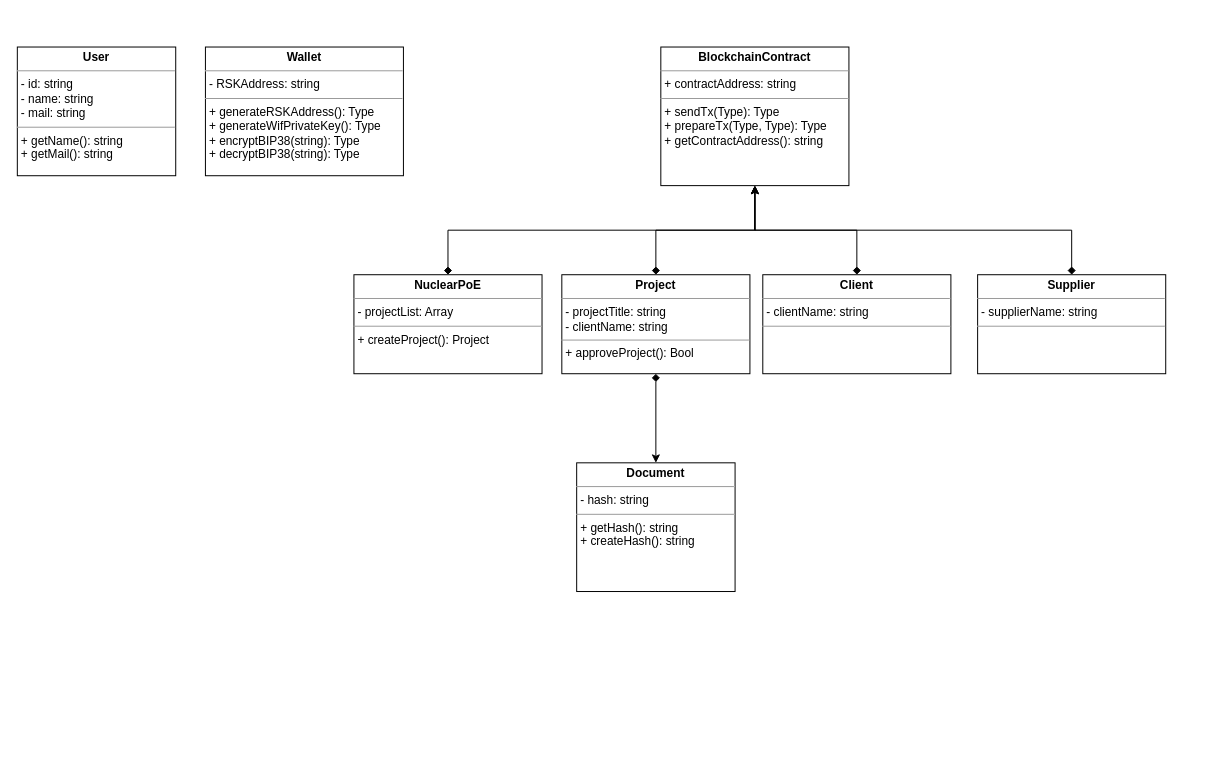
Earlier version of the draw.io diagram page "Class Diagram" (1 of 3) of diagrams/UML Class Diagram.drawio (nuclearis-labs/nuclearistrack). Source tidied: cells renumbered, new cells numbered last; positions are measured from the earlier drawing's top-left corner, leaving out a move shared by most shapes. Both pictures are drawn from the tidied source at 99%, with x=0, y=0 at pixel (17, 47).
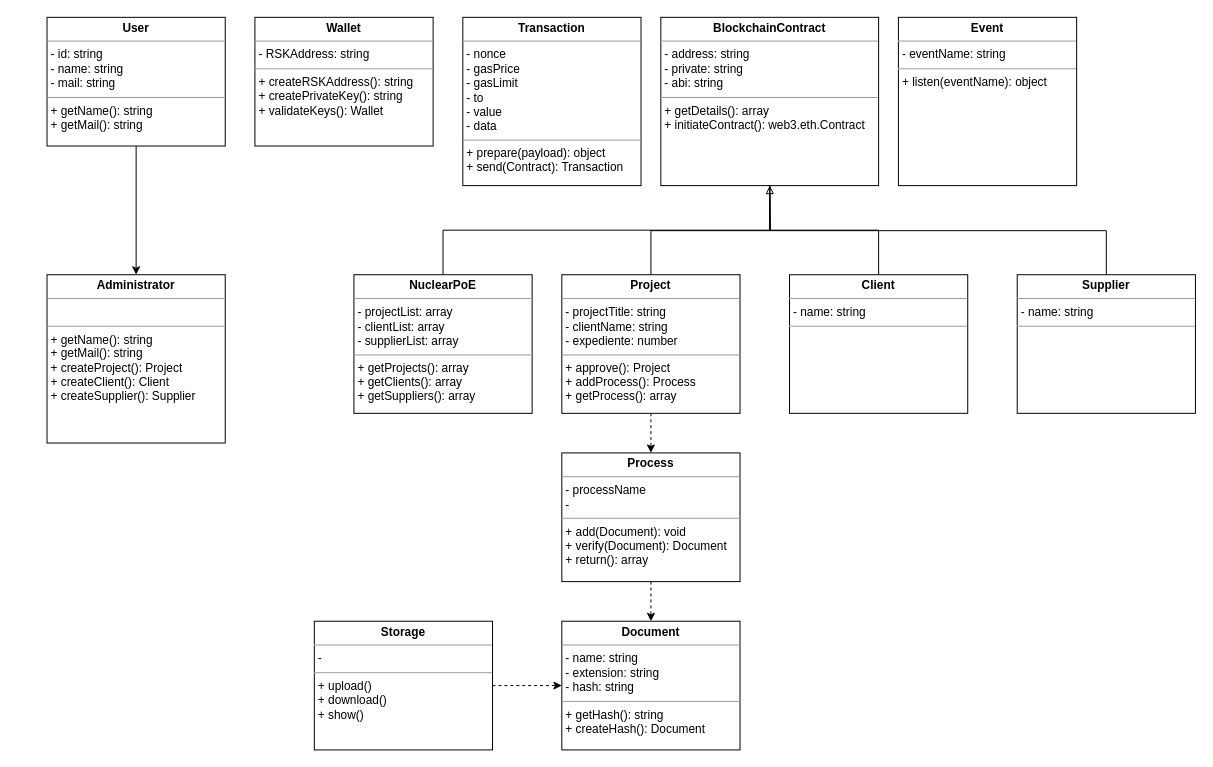
Above is the later version.

Diff of the diagram source:
```diff
@@
-    <mxCell id="2" style="edgeStyle=orthogonalEdgeStyle;rounded=0;jettySize=auto;html=1;exitX=0.5;exitY=0;exitDx=0;exitDy=0;entryX=0.5;entryY=1;entryDx=0;entryDy=0;startArrow=diamond;startFill=1;" parent="1" edge="1" source="3" target="4">
+    <mxCell id="2" style="edgeStyle=orthogonalEdgeStyle;rounded=0;jettySize=auto;html=1;exitX=0.5;exitY=0;exitDx=0;exitDy=0;entryX=0.5;entryY=1;entryDx=0;entryDy=0;endArrow=none;endFill=0;" parent="1" edge="1" source="3" target="4">
       <mxGeometry relative="1" as="geometry" />
     </mxCell>
-    <mxCell id="3" value="&lt;p style=&quot;margin: 0px ; margin-top: 4px ; text-align: center&quot;&gt;&lt;b&gt;NuclearPoE&lt;/b&gt;&lt;/p&gt;&lt;hr size=&quot;1&quot;&gt;&lt;p style=&quot;margin: 0px ; margin-left: 4px&quot;&gt;- projectList: Array&lt;/p&gt;&lt;hr size=&quot;1&quot;&gt;&lt;p style=&quot;margin: 0px ; margin-left: 4px&quot;&gt;+ createProject(): Project&lt;/p&gt;" style="verticalAlign=top;align=left;overflow=fill;fontSize=12;fontFamily=Helvetica;html=1;" parent="1" vertex="1">
-      <mxGeometry x="340" y="230" width="190" height="100" as="geometry" />
+    <mxCell id="3" value="&lt;p style=&quot;margin: 0px ; margin-top: 4px ; text-align: center&quot;&gt;&lt;b&gt;NuclearPoE&lt;/b&gt;&lt;/p&gt;&lt;hr size=&quot;1&quot;&gt;&lt;p style=&quot;margin: 0px ; margin-left: 4px&quot;&gt;- projectList: array&lt;/p&gt;&lt;p style=&quot;margin: 0px ; margin-left: 4px&quot;&gt;- clientList: array&lt;/p&gt;&lt;p style=&quot;margin: 0px ; margin-left: 4px&quot;&gt;&lt;span&gt;- supplierList: array&lt;/span&gt;&lt;/p&gt;&lt;hr size=&quot;1&quot;&gt;&lt;p style=&quot;margin: 0px ; margin-left: 4px&quot;&gt;+ getProjects(): array&lt;/p&gt;&lt;p style=&quot;margin: 0px ; margin-left: 4px&quot;&gt;+ getClients(): array&lt;/p&gt;&lt;p style=&quot;margin: 0px ; margin-left: 4px&quot;&gt;+ getSuppliers(): array&lt;/p&gt;" style="verticalAlign=top;align=left;overflow=fill;fontSize=12;fontFamily=Helvetica;html=1;" parent="1" vertex="1">
+      <mxGeometry x="340" y="230" width="180" height="140" as="geometry" />
     </mxCell>
-    <mxCell id="4" value="&lt;p style=&quot;margin: 0px ; margin-top: 4px ; text-align: center&quot;&gt;&lt;b&gt;BlockchainContract&lt;/b&gt;&lt;/p&gt;&lt;hr size=&quot;1&quot;&gt;&lt;p style=&quot;margin: 0px ; margin-left: 4px&quot;&gt;+ contractAddress: string&lt;br&gt;&lt;/p&gt;&lt;hr size=&quot;1&quot;&gt;&lt;p style=&quot;margin: 0px ; margin-left: 4px&quot;&gt;+ sendTx(Type): Type&lt;br&gt;+ prepareTx(Type, Type): Type&lt;/p&gt;&lt;p style=&quot;margin: 0px ; margin-left: 4px&quot;&gt;+ getContractAddress(): string&lt;/p&gt;" style="verticalAlign=top;align=left;overflow=fill;fontSize=12;fontFamily=Helvetica;html=1;" parent="1" vertex="1">
-      <mxGeometry x="650" width="190" height="140" as="geometry" />
+    <mxCell id="4" value="&lt;p style=&quot;margin: 0px ; margin-top: 4px ; text-align: center&quot;&gt;&lt;b&gt;BlockchainContract&lt;/b&gt;&lt;/p&gt;&lt;hr size=&quot;1&quot;&gt;&lt;p style=&quot;margin: 0px ; margin-left: 4px&quot;&gt;- address: string&lt;/p&gt;&lt;p style=&quot;margin: 0px ; margin-left: 4px&quot;&gt;- private: string&lt;/p&gt;&lt;p style=&quot;margin: 0px ; margin-left: 4px&quot;&gt;- abi: string&lt;/p&gt;&lt;hr size=&quot;1&quot;&gt;&lt;p style=&quot;margin: 0px ; margin-left: 4px&quot;&gt;+ getDetails(): array&lt;/p&gt;&lt;p style=&quot;margin: 0px 0px 0px 4px&quot;&gt;+ initiateContract(): web3.eth.Contract&lt;/p&gt;" style="verticalAlign=top;align=left;overflow=fill;fontSize=12;fontFamily=Helvetica;html=1;" parent="1" vertex="1">
+      <mxGeometry x="650" y="-30" width="220" height="170" as="geometry" />
     </mxCell>
-    <mxCell id="5" value="&lt;p style=&quot;margin: 0px ; margin-top: 4px ; text-align: center&quot;&gt;&lt;b&gt;Document&lt;/b&gt;&lt;/p&gt;&lt;hr size=&quot;1&quot;&gt;&lt;p style=&quot;margin: 0px ; margin-left: 4px&quot;&gt;- hash: string&lt;/p&gt;&lt;hr size=&quot;1&quot;&gt;&lt;p style=&quot;margin: 0px ; margin-left: 4px&quot;&gt;+ getHash(): string&lt;/p&gt;&lt;p style=&quot;margin: 0px ; margin-left: 4px&quot;&gt;+ createHash(): string&lt;/p&gt;" style="verticalAlign=top;align=left;overflow=fill;fontSize=12;fontFamily=Helvetica;html=1;" parent="1" vertex="1">
-      <mxGeometry x="565" y="420" width="160" height="130" as="geometry" />
+    <mxCell id="5" value="&lt;p style=&quot;margin: 0px ; margin-top: 4px ; text-align: center&quot;&gt;&lt;b&gt;Document&lt;/b&gt;&lt;/p&gt;&lt;hr size=&quot;1&quot;&gt;&lt;p style=&quot;margin: 0px ; margin-left: 4px&quot;&gt;- name: string&lt;/p&gt;&lt;p style=&quot;margin: 0px ; margin-left: 4px&quot;&gt;- extension: string&lt;/p&gt;&lt;p style=&quot;margin: 0px ; margin-left: 4px&quot;&gt;- hash: string&lt;/p&gt;&lt;hr size=&quot;1&quot;&gt;&lt;p style=&quot;margin: 0px ; margin-left: 4px&quot;&gt;+ getHash(): string&lt;/p&gt;&lt;p style=&quot;margin: 0px ; margin-left: 4px&quot;&gt;+ createHash(): Document&lt;/p&gt;" style="verticalAlign=top;align=left;overflow=fill;fontSize=12;fontFamily=Helvetica;html=1;" parent="1" vertex="1">
+      <mxGeometry x="550" y="580" width="180" height="130" as="geometry" />
     </mxCell>
-    <mxCell id="6" style="edgeStyle=orthogonalEdgeStyle;rounded=0;jettySize=auto;html=1;exitX=0.5;exitY=0;exitDx=0;exitDy=0;entryX=0.5;entryY=1;entryDx=0;entryDy=0;startArrow=diamond;startFill=1;" parent="1" edge="1" source="8" target="4">
-      <mxGeometry relative="1" as="geometry" />
-    </mxCell>
-    <mxCell id="7" style="edgeStyle=orthogonalEdgeStyle;rounded=0;jettySize=auto;html=1;exitX=0.5;exitY=1;exitDx=0;exitDy=0;entryX=0.5;entryY=0;entryDx=0;entryDy=0;startArrow=diamond;startFill=1;" parent="1" edge="1" source="8" target="5">
-      <mxGeometry relative="1" as="geometry" />
-    </mxCell>
+    <mxCell id="15" style="edgeStyle=orthogonalEdgeStyle;rounded=0;jettySize=auto;html=1;exitX=0.5;exitY=1;exitDx=0;exitDy=0;entryX=0.5;entryY=0;entryDx=0;entryDy=0;startArrow=none;startFill=0;dashed=1;" parent="1" edge="1" source="8" target="20">
+      <mxGeometry relative="1" as="geometry" />
+    </mxCell>
+    <mxCell id="16" style="edgeStyle=orthogonalEdgeStyle;rounded=0;jettySize=auto;html=1;exitX=0.5;exitY=0;exitDx=0;exitDy=0;endArrow=none;endFill=0;" parent="1" edge="1" source="8">
+      <mxGeometry relative="1" as="geometry">
+        <mxPoint x="760" y="140" as="targetPoint" />
+      </mxGeometry>
+    </mxCell>
-    <mxCell id="8" value="&lt;p style=&quot;margin: 0px ; margin-top: 4px ; text-align: center&quot;&gt;&lt;b&gt;Project&lt;/b&gt;&lt;/p&gt;&lt;hr size=&quot;1&quot;&gt;&lt;p style=&quot;margin: 0px ; margin-left: 4px&quot;&gt;- projectTitle: string&lt;/p&gt;&lt;p style=&quot;margin: 0px ; margin-left: 4px&quot;&gt;- clientName: string&lt;/p&gt;&lt;hr size=&quot;1&quot;&gt;&lt;p style=&quot;margin: 0px ; margin-left: 4px&quot;&gt;+ approveProject(): Bool&lt;/p&gt;" style="verticalAlign=top;align=left;overflow=fill;fontSize=12;fontFamily=Helvetica;html=1;" parent="1" vertex="1">
-      <mxGeometry x="550" y="230" width="190" height="100" as="geometry" />
+    <mxCell id="8" value="&lt;p style=&quot;margin: 0px ; margin-top: 4px ; text-align: center&quot;&gt;&lt;b&gt;Project&lt;/b&gt;&lt;/p&gt;&lt;hr size=&quot;1&quot;&gt;&lt;p style=&quot;margin: 0px ; margin-left: 4px&quot;&gt;- projectTitle: string&lt;/p&gt;&lt;p style=&quot;margin: 0px ; margin-left: 4px&quot;&gt;- clientName: string&lt;/p&gt;&lt;p style=&quot;margin: 0px ; margin-left: 4px&quot;&gt;- expediente: number&lt;/p&gt;&lt;hr size=&quot;1&quot;&gt;&lt;p style=&quot;margin: 0px ; margin-left: 4px&quot;&gt;+ approve(): Project&lt;/p&gt;&lt;p style=&quot;margin: 0px ; margin-left: 4px&quot;&gt;+ addProcess(): Process&lt;/p&gt;&lt;p style=&quot;margin: 0px ; margin-left: 4px&quot;&gt;+ getProcess(): array&lt;/p&gt;" style="verticalAlign=top;align=left;overflow=fill;fontSize=12;fontFamily=Helvetica;html=1;" parent="1" vertex="1">
+      <mxGeometry x="550" y="230" width="180" height="140" as="geometry" />
     </mxCell>
-    <mxCell id="9" style="edgeStyle=orthogonalEdgeStyle;rounded=0;jettySize=auto;html=1;exitX=0.5;exitY=0;exitDx=0;exitDy=0;entryX=0.5;entryY=1;entryDx=0;entryDy=0;startArrow=diamond;startFill=1;" parent="1" edge="1" source="10" target="4">
+    <mxCell id="9" style="edgeStyle=orthogonalEdgeStyle;rounded=0;jettySize=auto;html=1;exitX=0.5;exitY=0;exitDx=0;exitDy=0;entryX=0.5;entryY=1;entryDx=0;entryDy=0;endArrow=none;endFill=0;" parent="1" edge="1" source="10" target="4">
       <mxGeometry relative="1" as="geometry" />
     </mxCell>
-    <mxCell id="10" value="&lt;p style=&quot;margin: 0px ; margin-top: 4px ; text-align: center&quot;&gt;&lt;b&gt;Client&lt;/b&gt;&lt;/p&gt;&lt;hr size=&quot;1&quot;&gt;&lt;p style=&quot;margin: 0px ; margin-left: 4px&quot;&gt;- clientName: string&lt;/p&gt;&lt;hr size=&quot;1&quot;&gt;&lt;p style=&quot;margin: 0px ; margin-left: 4px&quot;&gt;&lt;br&gt;&lt;/p&gt;" style="verticalAlign=top;align=left;overflow=fill;fontSize=12;fontFamily=Helvetica;html=1;" parent="1" vertex="1">
-      <mxGeometry x="753" y="230" width="190" height="100" as="geometry" />
+    <mxCell id="10" value="&lt;p style=&quot;margin: 0px ; margin-top: 4px ; text-align: center&quot;&gt;&lt;b&gt;Client&lt;/b&gt;&lt;/p&gt;&lt;hr size=&quot;1&quot;&gt;&lt;p style=&quot;margin: 0px ; margin-left: 4px&quot;&gt;- name: string&lt;/p&gt;&lt;hr size=&quot;1&quot;&gt;&lt;p style=&quot;margin: 0px ; margin-left: 4px&quot;&gt;&lt;br&gt;&lt;/p&gt;" style="verticalAlign=top;align=left;overflow=fill;fontSize=12;fontFamily=Helvetica;html=1;" parent="1" vertex="1">
+      <mxGeometry x="780" y="230" width="180" height="140" as="geometry" />
     </mxCell>
-    <mxCell id="11" style="edgeStyle=orthogonalEdgeStyle;rounded=0;jettySize=auto;html=1;exitX=0.5;exitY=0;exitDx=0;exitDy=0;entryX=0.5;entryY=1;entryDx=0;entryDy=0;startArrow=diamond;startFill=1;" parent="1" edge="1" source="12" target="4">
-      <mxGeometry relative="1" as="geometry" />
-    </mxCell>
+    <mxCell id="17" style="edgeStyle=orthogonalEdgeStyle;rounded=0;jettySize=auto;html=1;exitX=0.5;exitY=0;exitDx=0;exitDy=0;endArrow=block;endFill=0;" parent="1" edge="1" source="12">
+      <mxGeometry relative="1" as="geometry">
+        <mxPoint x="760" y="140" as="targetPoint" />
+      </mxGeometry>
+    </mxCell>
-    <mxCell id="12" value="&lt;p style=&quot;margin: 0px ; margin-top: 4px ; text-align: center&quot;&gt;&lt;b&gt;Supplier&lt;/b&gt;&lt;/p&gt;&lt;hr size=&quot;1&quot;&gt;&lt;p style=&quot;margin: 0px ; margin-left: 4px&quot;&gt;- supplierName: string&lt;/p&gt;&lt;hr size=&quot;1&quot;&gt;&lt;p style=&quot;margin: 0px ; margin-left: 4px&quot;&gt;&lt;br&gt;&lt;/p&gt;" style="verticalAlign=top;align=left;overflow=fill;fontSize=12;fontFamily=Helvetica;html=1;" parent="1" vertex="1">
-      <mxGeometry x="970" y="230" width="190" height="100" as="geometry" />
+    <mxCell id="12" value="&lt;p style=&quot;margin: 0px ; margin-top: 4px ; text-align: center&quot;&gt;&lt;b&gt;Supplier&lt;/b&gt;&lt;/p&gt;&lt;hr size=&quot;1&quot;&gt;&lt;p style=&quot;margin: 0px ; margin-left: 4px&quot;&gt;- name: string&lt;/p&gt;&lt;hr size=&quot;1&quot;&gt;&lt;p style=&quot;margin: 0px ; margin-left: 4px&quot;&gt;&lt;br&gt;&lt;/p&gt;" style="verticalAlign=top;align=left;overflow=fill;fontSize=12;fontFamily=Helvetica;html=1;" parent="1" vertex="1">
+      <mxGeometry x="1010" y="230" width="180" height="140" as="geometry" />
     </mxCell>
-    <mxCell id="13" value="&lt;p style=&quot;margin: 0px ; margin-top: 4px ; text-align: center&quot;&gt;&lt;b&gt;Wallet&lt;/b&gt;&lt;/p&gt;&lt;hr size=&quot;1&quot;&gt;&lt;p style=&quot;margin: 0px ; margin-left: 4px&quot;&gt;- RSKAddress: string&lt;/p&gt;&lt;hr size=&quot;1&quot;&gt;&lt;p style=&quot;margin: 0px ; margin-left: 4px&quot;&gt;+ generateRSKAddress(): Type&lt;/p&gt;&lt;p style=&quot;margin: 0px ; margin-left: 4px&quot;&gt;+ generateWifPrivateKey(): Type&lt;/p&gt;&lt;p style=&quot;margin: 0px ; margin-left: 4px&quot;&gt;+ encryptBIP38(string): Type&lt;/p&gt;&lt;p style=&quot;margin: 0px ; margin-left: 4px&quot;&gt;+ decryptBIP38(string): Type&lt;/p&gt;" style="verticalAlign=top;align=left;overflow=fill;fontSize=12;fontFamily=Helvetica;html=1;" parent="1" vertex="1">
-      <mxGeometry x="190" width="200" height="130" as="geometry" />
+    <mxCell id="13" value="&lt;p style=&quot;margin: 0px ; margin-top: 4px ; text-align: center&quot;&gt;&lt;b&gt;Wallet&lt;/b&gt;&lt;/p&gt;&lt;hr size=&quot;1&quot;&gt;&lt;p style=&quot;margin: 0px ; margin-left: 4px&quot;&gt;- RSKAddress: string&lt;/p&gt;&lt;hr size=&quot;1&quot;&gt;&lt;p style=&quot;margin: 0px ; margin-left: 4px&quot;&gt;+ createRSKAddress(): string&lt;/p&gt;&lt;p style=&quot;margin: 0px ; margin-left: 4px&quot;&gt;+ createPrivateKey(): string&lt;/p&gt;&lt;p style=&quot;margin: 0px ; margin-left: 4px&quot;&gt;+ validateKeys(): Wallet&lt;br&gt;&lt;/p&gt;" style="verticalAlign=top;align=left;overflow=fill;fontSize=12;fontFamily=Helvetica;html=1;" parent="1" vertex="1">
+      <mxGeometry x="240" y="-30" width="180" height="130" as="geometry" />
     </mxCell>
+    <mxCell id="18" style="edgeStyle=orthogonalEdgeStyle;rounded=0;jettySize=auto;html=1;exitX=0.5;exitY=1;exitDx=0;exitDy=0;entryX=0.5;entryY=0;entryDx=0;entryDy=0;" parent="1" edge="1" source="14" target="21">
+      <mxGeometry relative="1" as="geometry" />
+    </mxCell>
     <mxCell id="14" value="&lt;p style=&quot;margin: 0px ; margin-top: 4px ; text-align: center&quot;&gt;&lt;b&gt;User&lt;/b&gt;&lt;/p&gt;&lt;hr size=&quot;1&quot;&gt;&lt;p style=&quot;margin: 0px ; margin-left: 4px&quot;&gt;- id: string&lt;br&gt;&lt;/p&gt;&lt;p style=&quot;margin: 0px ; margin-left: 4px&quot;&gt;- name: string&lt;/p&gt;&lt;p style=&quot;margin: 0px ; margin-left: 4px&quot;&gt;- mail: string&lt;/p&gt;&lt;hr size=&quot;1&quot;&gt;&lt;p style=&quot;margin: 0px ; margin-left: 4px&quot;&gt;+ getName(): string&lt;/p&gt;&lt;p style=&quot;margin: 0px ; margin-left: 4px&quot;&gt;+ getMail(): string&lt;/p&gt;" style="verticalAlign=top;align=left;overflow=fill;fontSize=12;fontFamily=Helvetica;html=1;" parent="1" vertex="1">
-      <mxGeometry width="160" height="130" as="geometry" />
+      <mxGeometry x="30" y="-30" width="180" height="130" as="geometry" />
     </mxCell>
+    <mxCell id="19" style="edgeStyle=orthogonalEdgeStyle;rounded=0;jettySize=auto;html=1;exitX=0.5;exitY=1;exitDx=0;exitDy=0;entryX=0.5;entryY=0;entryDx=0;entryDy=0;startArrow=none;startFill=0;dashed=1;" parent="1" edge="1" source="20" target="5">
+      <mxGeometry relative="1" as="geometry" />
+    </mxCell>
+    <mxCell id="20" value="&lt;p style=&quot;margin: 0px ; margin-top: 4px ; text-align: center&quot;&gt;&lt;b&gt;Process&lt;/b&gt;&lt;/p&gt;&lt;hr size=&quot;1&quot;&gt;&lt;p style=&quot;margin: 0px ; margin-left: 4px&quot;&gt;&lt;span&gt;- processName&lt;/span&gt;&lt;br&gt;&lt;/p&gt;&lt;p style=&quot;margin: 0px ; margin-left: 4px&quot;&gt;-&amp;nbsp;&lt;/p&gt;&lt;hr size=&quot;1&quot;&gt;&lt;p style=&quot;margin: 0px ; margin-left: 4px&quot;&gt;+ add(Document): void&lt;/p&gt;&lt;p style=&quot;margin: 0px ; margin-left: 4px&quot;&gt;+ verify(Document): Document&lt;/p&gt;&lt;p style=&quot;margin: 0px ; margin-left: 4px&quot;&gt;+ return(): array&lt;/p&gt;" style="verticalAlign=top;align=left;overflow=fill;fontSize=12;fontFamily=Helvetica;html=1;" parent="1" vertex="1">
+      <mxGeometry x="550" y="410" width="180" height="130" as="geometry" />
+    </mxCell>
+    <mxCell id="21" value="&lt;p style=&quot;margin: 0px ; margin-top: 4px ; text-align: center&quot;&gt;&lt;b&gt;Administrator&lt;/b&gt;&lt;/p&gt;&lt;hr size=&quot;1&quot;&gt;&lt;p style=&quot;margin: 0px ; margin-left: 4px&quot;&gt;&lt;br&gt;&lt;/p&gt;&lt;hr size=&quot;1&quot;&gt;&lt;p style=&quot;margin: 0px ; margin-left: 4px&quot;&gt;+ getName(): string&lt;/p&gt;&lt;p style=&quot;margin: 0px ; margin-left: 4px&quot;&gt;+ getMail(): string&lt;/p&gt;&lt;p style=&quot;margin: 0px 0px 0px 4px&quot;&gt;+ createProject(): Project&lt;/p&gt;&lt;p style=&quot;margin: 0px 0px 0px 4px&quot;&gt;+ createClient(): Client&lt;/p&gt;&lt;p style=&quot;margin: 0px 0px 0px 4px&quot;&gt;+ createSupplier(): Supplier&lt;/p&gt;" style="verticalAlign=top;align=left;overflow=fill;fontSize=12;fontFamily=Helvetica;html=1;" parent="1" vertex="1">
+      <mxGeometry x="30" y="230" width="180" height="170" as="geometry" />
+    </mxCell>
+    <mxCell id="22" value="&lt;p style=&quot;margin: 0px ; margin-top: 4px ; text-align: center&quot;&gt;&lt;b&gt;Transaction&lt;/b&gt;&lt;/p&gt;&lt;hr size=&quot;1&quot;&gt;&lt;p style=&quot;margin: 0px ; margin-left: 4px&quot;&gt;&lt;span&gt;- nonce&lt;/span&gt;&lt;/p&gt;&lt;p style=&quot;margin: 0px ; margin-left: 4px&quot;&gt;&lt;span&gt;- gasPrice&lt;/span&gt;&lt;/p&gt;&lt;p style=&quot;margin: 0px ; margin-left: 4px&quot;&gt;&lt;span&gt;- gasLimit&lt;/span&gt;&lt;/p&gt;&lt;p style=&quot;margin: 0px ; margin-left: 4px&quot;&gt;&lt;span&gt;- to&lt;/span&gt;&lt;br&gt;&lt;/p&gt;&lt;p style=&quot;margin: 0px ; margin-left: 4px&quot;&gt;&lt;span&gt;- value&lt;/span&gt;&lt;/p&gt;&lt;p style=&quot;margin: 0px ; margin-left: 4px&quot;&gt;&lt;span&gt;- data&lt;/span&gt;&lt;/p&gt;&lt;hr size=&quot;1&quot;&gt;&lt;p style=&quot;margin: 0px ; margin-left: 4px&quot;&gt;&lt;span&gt;+ prepare(payload): object&lt;/span&gt;&lt;br&gt;&lt;/p&gt;&lt;p style=&quot;margin: 0px 0px 0px 4px&quot;&gt;+ send(Contract): Transaction&lt;br&gt;&lt;/p&gt;&lt;div&gt;&lt;br&gt;&lt;/div&gt;" style="verticalAlign=top;align=left;overflow=fill;fontSize=12;fontFamily=Helvetica;html=1;" parent="1" vertex="1">
+      <mxGeometry x="450" y="-30" width="180" height="170" as="geometry" />
+    </mxCell>
+    <mxCell id="23" style="edgeStyle=orthogonalEdgeStyle;rounded=0;jettySize=auto;html=1;exitX=1;exitY=0.5;exitDx=0;exitDy=0;entryX=0;entryY=0.5;entryDx=0;entryDy=0;dashed=1;startArrow=none;startFill=0;" parent="1" edge="1" source="24" target="5">
+      <mxGeometry relative="1" as="geometry" />
+    </mxCell>
+    <mxCell id="24" value="&lt;p style=&quot;margin: 0px ; margin-top: 4px ; text-align: center&quot;&gt;&lt;b&gt;Storage&lt;/b&gt;&lt;/p&gt;&lt;hr size=&quot;1&quot;&gt;&lt;p style=&quot;margin: 0px ; margin-left: 4px&quot;&gt;-&amp;nbsp;&lt;br&gt;&lt;/p&gt;&lt;hr size=&quot;1&quot;&gt;&lt;p style=&quot;margin: 0px ; margin-left: 4px&quot;&gt;+ upload()&lt;/p&gt;&lt;p style=&quot;margin: 0px ; margin-left: 4px&quot;&gt;+ download()&lt;/p&gt;&lt;p style=&quot;margin: 0px ; margin-left: 4px&quot;&gt;+ show()&lt;/p&gt;" style="verticalAlign=top;align=left;overflow=fill;fontSize=12;fontFamily=Helvetica;html=1;" parent="1" vertex="1">
+      <mxGeometry x="300" y="580" width="180" height="130" as="geometry" />
+    </mxCell>
+    <mxCell id="25" value="&lt;p style=&quot;margin: 0px ; margin-top: 4px ; text-align: center&quot;&gt;&lt;b&gt;Event&lt;/b&gt;&lt;/p&gt;&lt;hr size=&quot;1&quot;&gt;&lt;p style=&quot;margin: 0px ; margin-left: 4px&quot;&gt;&lt;span&gt;- eventName: string&lt;br&gt;&lt;/span&gt;&lt;/p&gt;&lt;hr size=&quot;1&quot;&gt;&lt;p style=&quot;margin: 0px ; margin-left: 4px&quot;&gt;&lt;span&gt;+ listen(eventName): object&lt;/span&gt;&lt;/p&gt;" style="verticalAlign=top;align=left;overflow=fill;fontSize=12;fontFamily=Helvetica;html=1;" parent="1" vertex="1">
+      <mxGeometry x="890" y="-30" width="180" height="170" as="geometry" />
+    </mxCell>
```
